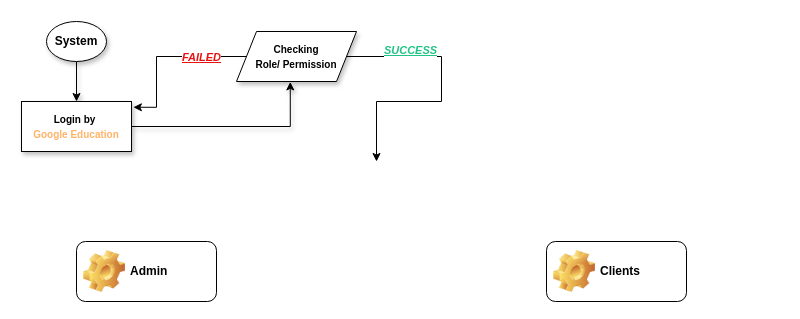
Before: ConclusionsManaged.drawio in Flax22/Flax22, a draw.io diagram. Source tidied: cells renumbered, new cells numbered last; positions are measured from the earlier drawing's top-left corner, leaving out a move shared by most shapes. Both pictures are drawn from the tidied source at 100%, with x=0, y=0 at pixel (21, 21).
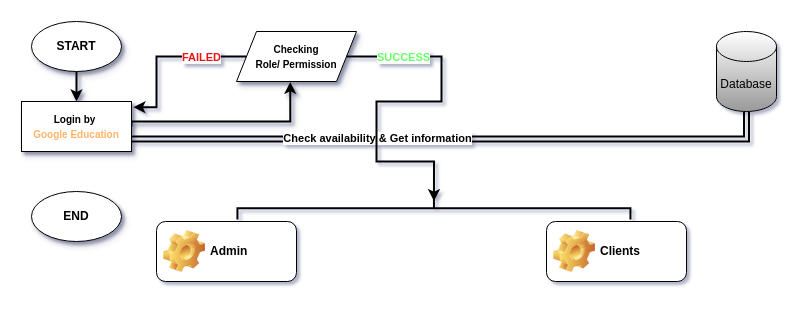
Above is the later version.

What changed in the source:
```diff
@@
-<mxGraphModel>
+<mxGraphModel shadow="1">
@@
+    <mxCell id="13" style="edgeStyle=orthogonalEdgeStyle;shape=link;rounded=0;jettySize=auto;html=1;exitX=1;exitY=0.75;exitDx=0;exitDy=0;entryX=0.5;entryY=1;entryDx=0;entryDy=0;entryPerimeter=0;textShadow=0;strokeWidth=2;" parent="1" edge="1" source="5" target="16">
+      <mxGeometry relative="1" as="geometry" />
+    </mxCell>
+    <mxCell id="14" value="&lt;b&gt;Check availability &amp;amp; Get information&lt;/b&gt;" style="edgeLabel;html=1;align=center;verticalAlign=middle;textShadow=0;" parent="13" vertex="1">
+      <mxGeometry x="0.1" y="1" relative="1" as="geometry">
+        <mxPoint x="-108" as="offset" />
+      </mxGeometry>
+    </mxCell>
-    <mxCell id="2" style="edgeStyle=orthogonalEdgeStyle;rounded=0;jettySize=auto;html=1;exitX=0.5;exitY=1;exitDx=0;exitDy=0;entryX=0.5;entryY=0;entryDx=0;entryDy=0;shadow=1;" parent="1" edge="1" source="3" target="5">
+    <mxCell id="2" style="edgeStyle=orthogonalEdgeStyle;rounded=0;jettySize=auto;html=1;exitX=0.5;exitY=1;exitDx=0;exitDy=0;entryX=0.5;entryY=0;entryDx=0;entryDy=0;shadow=1;textShadow=0;strokeWidth=2;" parent="1" edge="1" source="3" target="5">
       <mxGeometry relative="1" as="geometry" />
     </mxCell>
-    <mxCell id="3" value="&lt;b&gt;System&lt;/b&gt;" style="ellipse;whiteSpace=wrap;html=1;shadow=1;" parent="1" vertex="1">
-      <mxGeometry x="25" width="60" height="40" as="geometry" />
+    <mxCell id="3" value="&lt;div&gt;&lt;b&gt;START&lt;/b&gt;&lt;/div&gt;" style="ellipse;whiteSpace=wrap;html=1;shadow=1;textShadow=0;" parent="1" vertex="1">
+      <mxGeometry x="10" width="90" height="50" as="geometry" />
     </mxCell>
-    <mxCell id="4" style="edgeStyle=orthogonalEdgeStyle;rounded=0;jettySize=auto;html=1;exitX=1;exitY=0.5;exitDx=0;exitDy=0;entryX=0.448;entryY=1.008;entryDx=0;entryDy=0;shadow=1;entryPerimeter=0;" parent="1" edge="1" source="5" target="6">
-      <mxGeometry relative="1" as="geometry" />
+    <mxCell id="4" style="edgeStyle=orthogonalEdgeStyle;rounded=0;jettySize=auto;html=1;exitX=1;exitY=0.5;exitDx=0;exitDy=0;entryX=0.448;entryY=1.008;entryDx=0;entryDy=0;shadow=1;entryPerimeter=0;textShadow=0;strokeWidth=2;" parent="1" edge="1" source="5" target="6">
+      <mxGeometry relative="1" as="geometry">
+        <Array as="points">
+          <mxPoint x="110" y="100" />
+          <mxPoint x="269" y="100" />
+        </Array>
+      </mxGeometry>
     </mxCell>
-    <mxCell id="5" value="&lt;b&gt;&lt;font style=&quot;font-size: 10px;&quot;&gt;Login by&amp;nbsp;&lt;/font&gt;&lt;/b&gt;&lt;div&gt;&lt;b&gt;&lt;font style=&quot;font-size: 10px; color: rgb(255, 179, 102);&quot;&gt;Google Education&lt;/font&gt;&lt;/b&gt;&lt;/div&gt;" style="shape=process;whiteSpace=wrap;html=1;backgroundOutline=1;size=0;shadow=1;" parent="1" vertex="1">
+    <mxCell id="5" value="&lt;b&gt;&lt;font style=&quot;font-size: 10px;&quot;&gt;Login by&amp;nbsp;&lt;/font&gt;&lt;/b&gt;&lt;div&gt;&lt;b&gt;&lt;font style=&quot;font-size: 10px; color: rgb(255, 179, 102);&quot;&gt;Google Education&lt;/font&gt;&lt;/b&gt;&lt;/div&gt;" style="shape=process;whiteSpace=wrap;html=1;backgroundOutline=1;size=0;shadow=1;textShadow=0;" parent="1" vertex="1">
       <mxGeometry y="80" width="110" height="50" as="geometry" />
     </mxCell>
-    <mxCell id="6" value="&lt;b&gt;&lt;font style=&quot;font-size: 10px;&quot;&gt;Checking&lt;/font&gt;&lt;/b&gt;&lt;div&gt;&lt;b&gt;&lt;font style=&quot;font-size: 10px;&quot;&gt;Role/ Permission&lt;/font&gt;&lt;/b&gt;&lt;/div&gt;" style="shape=parallelogram;perimeter=parallelogramPerimeter;whiteSpace=wrap;html=1;fixedSize=1;shadow=1;" parent="1" vertex="1">
+    <mxCell id="6" value="&lt;b&gt;&lt;font style=&quot;font-size: 10px;&quot;&gt;Checking&lt;/font&gt;&lt;/b&gt;&lt;div&gt;&lt;b&gt;&lt;font style=&quot;font-size: 10px;&quot;&gt;Role/ Permission&lt;/font&gt;&lt;/b&gt;&lt;/div&gt;" style="shape=parallelogram;perimeter=parallelogramPerimeter;whiteSpace=wrap;html=1;fixedSize=1;shadow=1;textShadow=0;" parent="1" vertex="1">
       <mxGeometry x="215" y="10" width="120" height="50" as="geometry" />
     </mxCell>
-    <mxCell id="7" value="Admin" style="label;whiteSpace=wrap;html=1;image=img/clipart/Gear_128x128.png;" parent="1" vertex="1">
-      <mxGeometry x="55" y="220" width="140" height="60" as="geometry" />
+    <mxCell id="7" value="Admin" style="label;whiteSpace=wrap;html=1;image=img/clipart/Gear_128x128.png;textShadow=0;" parent="1" vertex="1">
+      <mxGeometry x="135" y="200" width="140" height="60" as="geometry" />
     </mxCell>
-    <mxCell id="8" value="Clients" style="label;whiteSpace=wrap;html=1;image=img/clipart/Gear_128x128.png;" parent="1" vertex="1">
-      <mxGeometry x="525" y="220" width="140" height="60" as="geometry" />
+    <mxCell id="8" value="Clients" style="label;whiteSpace=wrap;html=1;image=img/clipart/Gear_128x128.png;textShadow=0;" parent="1" vertex="1">
+      <mxGeometry x="525" y="200" width="140" height="60" as="geometry" />
     </mxCell>
-    <mxCell id="9" style="endArrow=classic;html=1;rounded=0;entryX=1.017;entryY=0.115;entryDx=0;entryDy=0;entryPerimeter=0;edgeStyle=orthogonalEdgeStyle;" parent="1" edge="1" source="6" target="5">
+    <mxCell id="9" style="endArrow=classic;html=1;rounded=0;entryX=1.017;entryY=0.115;entryDx=0;entryDy=0;entryPerimeter=0;edgeStyle=orthogonalEdgeStyle;textShadow=0;strokeWidth=2;" parent="1" edge="1" source="6" target="5">
       <mxGeometry relative="1" as="geometry">
         <Array as="points">
           <mxPoint x="135" y="35" />
           <mxPoint x="135" y="86" />
         </Array>
       </mxGeometry>
     </mxCell>
-    <mxCell id="10" value="&lt;b&gt;&lt;i&gt;&lt;u&gt;FAILED&lt;/u&gt;&lt;/i&gt;&lt;/b&gt;" style="edgeLabel;html=1;align=center;verticalAlign=middle;fontColor=light-dark(#e71313, #ededed);" parent="9" vertex="1">
+    <mxCell id="10" value="&lt;b&gt;&lt;span style=&quot;font-style: normal;&quot;&gt;FAILED&lt;/span&gt;&lt;/b&gt;" style="edgeLabel;html=1;align=center;verticalAlign=middle;fontColor=light-dark(#e71313, #ededed);textShadow=0;fontStyle=2;" parent="9" vertex="1">
       <mxGeometry relative="1" as="geometry">
         <mxPoint x="36" as="offset" />
       </mxGeometry>
     </mxCell>
-    <mxCell id="11" style="endArrow=classic;html=1;rounded=0;edgeStyle=orthogonalEdgeStyle;exitX=1;exitY=0.5;exitDx=0;exitDy=0;" parent="1" edge="1" source="6">
+    <mxCell id="11" style="endArrow=classic;html=1;rounded=0;edgeStyle=orthogonalEdgeStyle;exitX=1;exitY=0.5;exitDx=0;exitDy=0;textShadow=0;entryX=0.187;entryY=0.5;entryDx=0;entryDy=0;entryPerimeter=0;strokeWidth=2;" parent="1" edge="1" source="6" target="15">
       <mxGeometry relative="1" as="geometry">
-        <mxPoint x="355" y="140" as="targetPoint" />
         <Array as="points">
           <mxPoint x="420" y="35" />
           <mxPoint x="420" y="80" />
           <mxPoint x="355" y="80" />
           <mxPoint x="355" y="140" />
+          <mxPoint x="413" y="140" />
         </Array>
       </mxGeometry>
     </mxCell>
+    <mxCell id="15" style="strokeWidth=2;html=1;shape=mxgraph.flowchart.annotation_2;align=left;labelPosition=right;rotation=90;textShadow=0;" parent="1" vertex="1">
+      <mxGeometry x="401.2" y="-9.8" width="22.5" height="393" as="geometry" />
+    </mxCell>
+    <mxCell id="16" value="Database" style="shape=cylinder3;whiteSpace=wrap;html=1;boundedLbl=1;backgroundOutline=1;size=15;gradientColor=#999999;textShadow=0;" parent="1" vertex="1">
+      <mxGeometry x="695" y="10" width="60" height="80" as="geometry" />
+    </mxCell>
-    <mxCell id="12" value="&lt;b&gt;&lt;i&gt;&lt;u&gt;SUCCESS&lt;/u&gt;&lt;/i&gt;&lt;/b&gt;" style="edgeLabel;html=1;align=center;verticalAlign=middle;fontColor=light-dark(#22c385, #ededed);" parent="11" vertex="1">
-      <mxGeometry relative="1" as="geometry">
-        <mxPoint x="-32" y="-45" as="offset" />
-      </mxGeometry>
+    <mxCell id="12" value="&lt;b&gt;&lt;span style=&quot;font-style: normal;&quot;&gt;&lt;font style=&quot;color: rgb(102, 255, 102);&quot;&gt;SUCCESS&lt;/font&gt;&lt;/span&gt;&lt;/b&gt;" style="edgeLabel;html=1;align=center;verticalAlign=middle;fontColor=light-dark(#e71313, #ededed);textShadow=0;fontStyle=2;" parent="1" vertex="1">
+      <mxGeometry x="381" y="35" as="geometry" />
     </mxCell>
+    <mxCell id="17" value="&lt;div&gt;&lt;b&gt;END&lt;/b&gt;&lt;/div&gt;" style="ellipse;whiteSpace=wrap;html=1;shadow=1;textShadow=0;" parent="1" vertex="1">
+      <mxGeometry x="10" y="170" width="90" height="50" as="geometry" />
+    </mxCell>
```
